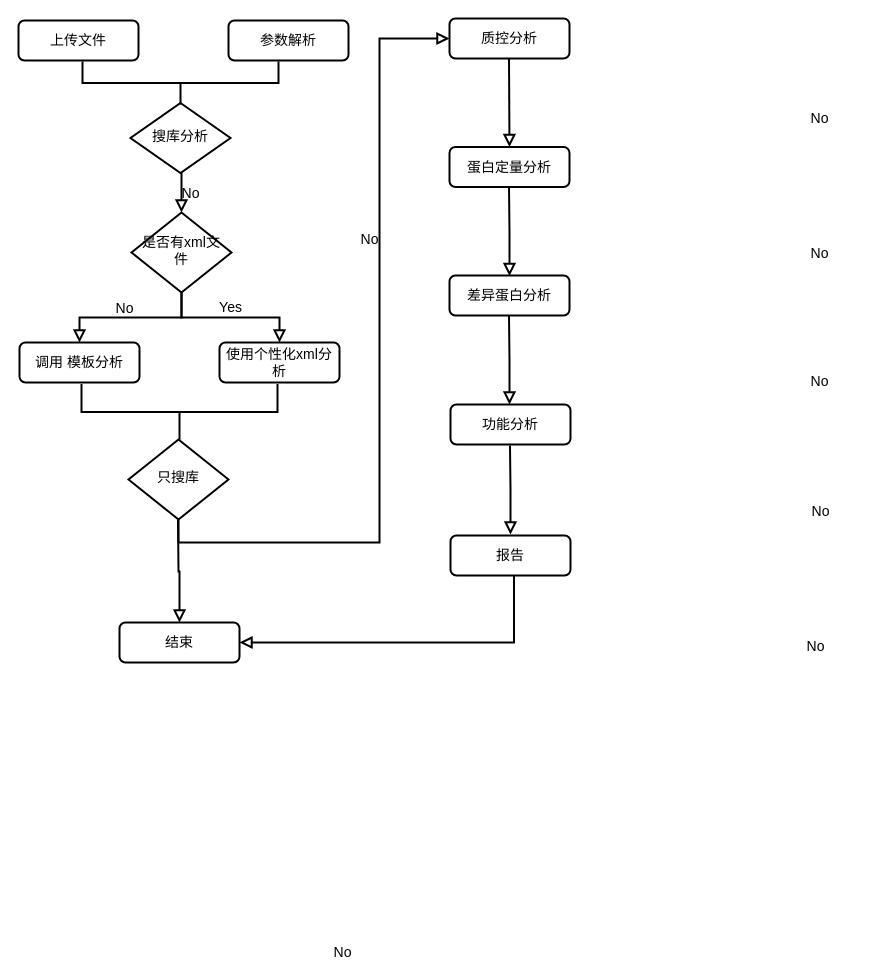
Earlier version of the draw.io diagram 未命名绘图.drawio (hanwenjuan/test). Source tidied: cells renumbered, new cells numbered last; positions are measured from the earlier drawing's top-left corner, leaving out a move shared by most shapes. Both pictures are drawn from the tidied source at 100%, with x=0, y=0 at pixel (18, -16).
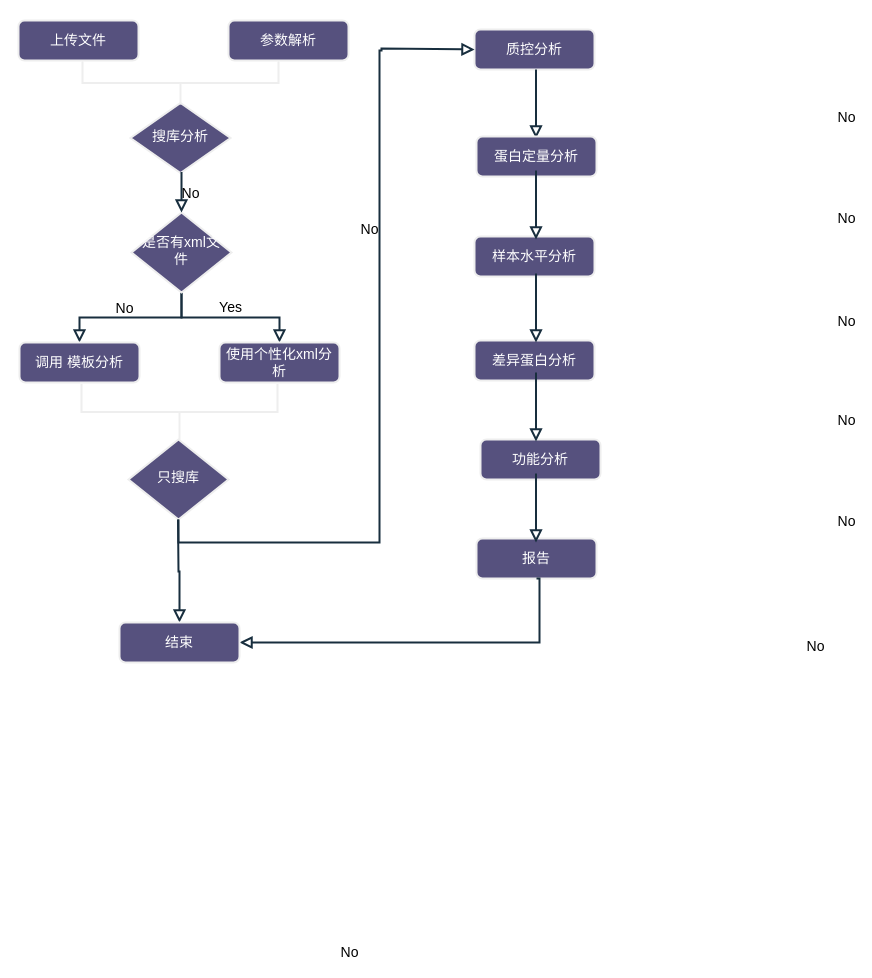
The same diagram, later.

Commit message:
更新未命名绘图.drawio

The edit, as a diff of the source:
```diff
@@
-    <mxCell id="2" value="参数解析" style="rounded=1;whiteSpace=wrap;html=1;fontSize=14;glass=0;strokeWidth=2;shadow=0;" parent="1" vertex="1">
+    <mxCell id="2" value="参数解析" style="rounded=1;whiteSpace=wrap;html=1;fontSize=14;glass=0;strokeWidth=2;shadow=0;labelBackgroundColor=none;fillColor=#56517E;strokeColor=#EEEEEE;fontColor=#FFFFFF;" parent="1" vertex="1">
       <mxGeometry x="210" y="36" width="120" height="40" as="geometry" />
     </mxCell>
-    <mxCell id="3" value="搜库分析" style="rhombus;whiteSpace=wrap;html=1;shadow=0;fontFamily=Helvetica;fontSize=14;align=center;strokeWidth=2;spacing=6;spacingTop=-4;" parent="1" vertex="1">
+    <mxCell id="3" value="搜库分析" style="rhombus;whiteSpace=wrap;html=1;shadow=0;fontFamily=Helvetica;fontSize=14;align=center;strokeWidth=2;spacing=6;spacingTop=-4;labelBackgroundColor=none;fillColor=#56517E;strokeColor=#EEEEEE;fontColor=#FFFFFF;" parent="1" vertex="1">
       <mxGeometry x="112" y="118.5" width="100" height="70" as="geometry" />
     </mxCell>
-    <mxCell id="4" value="No" style="rounded=0;html=1;jettySize=auto;fontSize=14;endArrow=block;endFill=0;endSize=8;strokeWidth=2;shadow=0;labelBackgroundColor=none;edgeStyle=orthogonalEdgeStyle;" parent="1" edge="1" source="6" target="7">
+    <mxCell id="4" value="No" style="rounded=0;html=1;jettySize=auto;fontSize=14;endArrow=block;endFill=0;endSize=8;strokeWidth=2;shadow=0;labelBackgroundColor=none;edgeStyle=orthogonalEdgeStyle;strokeColor=#182E3E;fontColor=default;" parent="1" edge="1" source="6" target="7">
       <mxGeometry x="0.09" y="-9" relative="1" as="geometry">
         <mxPoint x="1" as="offset" />
       </mxGeometry>
     </mxCell>
-    <mxCell id="5" value="Yes" style="edgeStyle=orthogonalEdgeStyle;rounded=0;html=1;jettySize=auto;fontSize=14;endArrow=block;endFill=0;endSize=8;strokeWidth=2;shadow=0;labelBackgroundColor=none;" parent="1" edge="1" source="6" target="8">
+    <mxCell id="5" value="Yes" style="edgeStyle=orthogonalEdgeStyle;rounded=0;html=1;jettySize=auto;fontSize=14;endArrow=block;endFill=0;endSize=8;strokeWidth=2;shadow=0;labelBackgroundColor=none;strokeColor=#182E3E;fontColor=default;" parent="1" edge="1" source="6" target="8">
       <mxGeometry y="10" relative="1" as="geometry" />
     </mxCell>
-    <mxCell id="6" value="是否有xml文件" style="rhombus;whiteSpace=wrap;html=1;shadow=0;fontFamily=Helvetica;fontSize=14;align=center;strokeWidth=2;spacing=6;spacingTop=-4;" parent="1" vertex="1">
+    <mxCell id="6" value="是否有xml文件" style="rhombus;whiteSpace=wrap;html=1;shadow=0;fontFamily=Helvetica;fontSize=14;align=center;strokeWidth=2;spacing=6;spacingTop=-4;labelBackgroundColor=none;fillColor=#56517E;strokeColor=#EEEEEE;fontColor=#FFFFFF;" parent="1" vertex="1">
       <mxGeometry x="113" y="228" width="100" height="80" as="geometry" />
     </mxCell>
-    <mxCell id="7" value="调用 模板分析" style="rounded=1;whiteSpace=wrap;html=1;fontSize=14;glass=0;strokeWidth=2;shadow=0;" parent="1" vertex="1">
+    <mxCell id="7" value="调用 模板分析" style="rounded=1;whiteSpace=wrap;html=1;fontSize=14;glass=0;strokeWidth=2;shadow=0;labelBackgroundColor=none;fillColor=#56517E;strokeColor=#EEEEEE;fontColor=#FFFFFF;" parent="1" vertex="1">
       <mxGeometry x="1" y="358" width="120" height="40" as="geometry" />
     </mxCell>
-    <mxCell id="8" value="使用个性化xml分析" style="rounded=1;whiteSpace=wrap;html=1;fontSize=14;glass=0;strokeWidth=2;shadow=0;" parent="1" vertex="1">
+    <mxCell id="8" value="使用个性化xml分析" style="rounded=1;whiteSpace=wrap;html=1;fontSize=14;glass=0;strokeWidth=2;shadow=0;labelBackgroundColor=none;fillColor=#56517E;strokeColor=#EEEEEE;fontColor=#FFFFFF;" parent="1" vertex="1">
       <mxGeometry x="201" y="358" width="120" height="40" as="geometry" />
     </mxCell>
-    <mxCell id="9" value="只搜库" style="rhombus;whiteSpace=wrap;html=1;shadow=0;fontFamily=Helvetica;fontSize=14;align=center;strokeWidth=2;spacing=6;spacingTop=-4;" parent="1" vertex="1">
+    <mxCell id="9" value="只搜库" style="rhombus;whiteSpace=wrap;html=1;shadow=0;fontFamily=Helvetica;fontSize=14;align=center;strokeWidth=2;spacing=6;spacingTop=-4;labelBackgroundColor=none;fillColor=#56517E;strokeColor=#EEEEEE;fontColor=#FFFFFF;" parent="1" vertex="1">
       <mxGeometry x="110" y="455" width="100" height="80" as="geometry" />
     </mxCell>
-    <mxCell id="10" value="质控分析" style="rounded=1;whiteSpace=wrap;html=1;fontSize=14;glass=0;strokeWidth=2;shadow=0;" parent="1" vertex="1">
-      <mxGeometry x="431" y="34" width="120" height="40" as="geometry" />
+    <mxCell id="10" value="质控分析" style="rounded=1;whiteSpace=wrap;html=1;fontSize=14;glass=0;strokeWidth=2;shadow=0;labelBackgroundColor=none;fillColor=#56517E;strokeColor=#EEEEEE;fontColor=#FFFFFF;" parent="1" vertex="1">
+      <mxGeometry x="456" y="45" width="120" height="40" as="geometry" />
     </mxCell>
-    <mxCell id="11" value="蛋白定量分析" style="rounded=1;whiteSpace=wrap;html=1;glass=0;strokeWidth=2;shadow=0;flipV=1;fontSize=14;" parent="1" vertex="1">
-      <mxGeometry x="431" y="162.5" width="120" height="40" as="geometry" />
+    <mxCell id="11" value="样本水平分析" style="rounded=1;whiteSpace=wrap;html=1;glass=0;strokeWidth=2;shadow=0;flipV=1;fontSize=14;labelBackgroundColor=none;fillColor=#56517E;strokeColor=#EEEEEE;fontColor=#FFFFFF;" parent="1" vertex="1">
+      <mxGeometry x="456" y="252" width="120" height="40" as="geometry" />
     </mxCell>
-    <mxCell id="12" value="差异蛋白分析" style="rounded=1;whiteSpace=wrap;html=1;glass=0;strokeWidth=2;shadow=0;flipV=1;fontSize=14;" parent="1" vertex="1">
-      <mxGeometry x="431" y="291" width="120" height="40" as="geometry" />
-    </mxCell>
-    <mxCell id="13" value="功能分析" style="rounded=1;whiteSpace=wrap;html=1;glass=0;strokeWidth=2;shadow=0;flipV=1;fontSize=14;" parent="1" vertex="1">
-      <mxGeometry x="432" y="420" width="120" height="40" as="geometry" />
-    </mxCell>
-    <mxCell id="14" value="No" style="rounded=0;html=1;jettySize=auto;fontSize=14;endArrow=block;endFill=0;endSize=8;strokeWidth=2;shadow=0;labelBackgroundColor=none;edgeStyle=orthogonalEdgeStyle;exitX=0.5;exitY=1;exitDx=0;exitDy=0;" parent="1" edge="1" source="3">
+    <mxCell id="14" value="No" style="rounded=0;html=1;jettySize=auto;fontSize=14;endArrow=block;endFill=0;endSize=8;strokeWidth=2;shadow=0;labelBackgroundColor=none;edgeStyle=orthogonalEdgeStyle;exitX=0.5;exitY=1;exitDx=0;exitDy=0;strokeColor=#182E3E;fontColor=default;" parent="1" edge="1" source="3">
       <mxGeometry x="0.03" y="9" relative="1" as="geometry">
         <mxPoint x="163" y="228" as="targetPoint" />
       </mxGeometry>
     </mxCell>
-    <mxCell id="15" value="上传文件" style="rounded=1;whiteSpace=wrap;html=1;fontSize=14;glass=0;strokeWidth=2;shadow=0;" parent="1" vertex="1">
+    <mxCell id="15" value="上传文件" style="rounded=1;whiteSpace=wrap;html=1;fontSize=14;glass=0;strokeWidth=2;shadow=0;labelBackgroundColor=none;fillColor=#56517E;strokeColor=#EEEEEE;fontColor=#FFFFFF;" parent="1" vertex="1">
       <mxGeometry y="36" width="120" height="40" as="geometry" />
     </mxCell>
-    <mxCell id="16" style="strokeWidth=2;html=1;shape=mxgraph.flowchart.annotation_2;align=left;labelPosition=right;flipV=1;flipH=1;rotation=90;fontSize=14;" parent="1" vertex="1">
+    <mxCell id="16" style="strokeWidth=2;html=1;shape=mxgraph.flowchart.annotation_2;align=left;labelPosition=right;flipV=1;flipH=1;rotation=90;fontSize=14;labelBackgroundColor=none;fillColor=#56517E;strokeColor=#EEEEEE;fontColor=#FFFFFF;" parent="1" vertex="1">
       <mxGeometry x="140.5" y="0.5" width="43" height="196" as="geometry" />
     </mxCell>
-    <mxCell id="17" style="strokeWidth=2;html=1;shape=mxgraph.flowchart.annotation_2;align=left;labelPosition=right;flipV=1;flipH=1;rotation=90;fontSize=14;" parent="1" vertex="1">
+    <mxCell id="17" style="strokeWidth=2;html=1;shape=mxgraph.flowchart.annotation_2;align=left;labelPosition=right;flipV=1;flipH=1;rotation=90;fontSize=14;labelBackgroundColor=none;fillColor=#56517E;strokeColor=#EEEEEE;fontColor=#FFFFFF;" parent="1" vertex="1">
       <mxGeometry x="133.1" y="329.4" width="55.8" height="196" as="geometry" />
     </mxCell>
-    <mxCell id="18" value="No" style="rounded=0;html=1;jettySize=auto;fontSize=14;endArrow=block;endFill=0;endSize=8;strokeWidth=2;shadow=0;labelBackgroundColor=none;edgeStyle=orthogonalEdgeStyle;entryX=0;entryY=0.5;entryDx=0;entryDy=0;" parent="1" edge="1" target="10">
+    <mxCell id="18" value="No" style="rounded=0;html=1;jettySize=auto;fontSize=14;endArrow=block;endFill=0;endSize=8;strokeWidth=2;shadow=0;labelBackgroundColor=none;edgeStyle=orthogonalEdgeStyle;entryX=0;entryY=0.5;entryDx=0;entryDy=0;strokeColor=#182E3E;fontColor=default;" parent="1" edge="1" target="10">
       <mxGeometry x="0.32" y="10" relative="1" as="geometry">
         <mxPoint x="160" y="535" as="sourcePoint" />
         <Array as="points">
           <mxPoint x="160" y="558" />
           <mxPoint x="361" y="558" />
-          <mxPoint x="361" y="54" />
+          <mxPoint x="361" y="66" />
+          <mxPoint x="363" y="66" />
+          <mxPoint x="363" y="64" />
         </Array>
       </mxGeometry>
     </mxCell>
-    <mxCell id="19" value="No" style="rounded=0;html=1;jettySize=auto;fontSize=14;endArrow=block;endFill=0;endSize=8;strokeWidth=2;shadow=0;labelBackgroundColor=none;edgeStyle=orthogonalEdgeStyle;exitX=0.5;exitY=1;exitDx=0;exitDy=0;entryX=0.5;entryY=0;entryDx=0;entryDy=0;" parent="1" edge="1" target="11">
+    <mxCell id="19" value="No" style="rounded=0;html=1;jettySize=auto;orthogonalLoop=1;fontSize=14;endArrow=block;endFill=0;endSize=8;strokeWidth=2;shadow=0;labelBackgroundColor=none;edgeStyle=orthogonalEdgeStyle;entryX=0.5;entryY=0;entryDx=0;entryDy=0;strokeColor=#182E3E;fontColor=default;" parent="1" edge="1">
       <mxGeometry x="0.4" y="310" relative="1" as="geometry">
-        <mxPoint x="490.5" y="74" as="sourcePoint" />
+        <mxPoint x="517.5" y="85" as="sourcePoint" />
+        <mxPoint x="517.5" y="154" as="targetPoint" />
       </mxGeometry>
     </mxCell>
-    <mxCell id="20" value="No" style="rounded=0;html=1;jettySize=auto;orthogonalLoop=1;fontSize=14;endArrow=block;endFill=0;endSize=8;strokeWidth=2;shadow=0;labelBackgroundColor=none;edgeStyle=orthogonalEdgeStyle;exitX=0.5;exitY=1;exitDx=0;exitDy=0;entryX=0.5;entryY=0;entryDx=0;entryDy=0;" parent="1" edge="1">
-      <mxGeometry x="0.4" y="310" relative="1" as="geometry">
-        <mxPoint x="490.5" y="202.5" as="sourcePoint" />
-        <mxPoint x="491" y="291.5" as="targetPoint" />
-      </mxGeometry>
-    </mxCell>
-    <mxCell id="21" value="No" style="rounded=0;html=1;jettySize=auto;orthogonalLoop=1;fontSize=14;endArrow=block;endFill=0;endSize=8;strokeWidth=2;shadow=0;labelBackgroundColor=none;edgeStyle=orthogonalEdgeStyle;exitX=0.5;exitY=1;exitDx=0;exitDy=0;entryX=0.5;entryY=0;entryDx=0;entryDy=0;" parent="1" edge="1">
-      <mxGeometry x="0.4" y="310" relative="1" as="geometry">
-        <mxPoint x="490.5" y="331" as="sourcePoint" />
-        <mxPoint x="491" y="420" as="targetPoint" />
-      </mxGeometry>
-    </mxCell>
-    <mxCell id="22" value="报告" style="rounded=1;whiteSpace=wrap;html=1;glass=0;strokeWidth=2;shadow=0;flipV=1;fontSize=14;" parent="1" vertex="1">
-      <mxGeometry x="432" y="551" width="120" height="40" as="geometry" />
+    <mxCell id="22" value="报告" style="rounded=1;whiteSpace=wrap;html=1;glass=0;strokeWidth=2;shadow=0;flipV=1;fontSize=14;labelBackgroundColor=none;fillColor=#56517E;strokeColor=#EEEEEE;fontColor=#FFFFFF;" parent="1" vertex="1">
+      <mxGeometry x="458" y="554" width="120" height="40" as="geometry" />
     </mxCell>
-    <mxCell id="23" value="No" style="rounded=0;html=1;jettySize=auto;fontSize=14;endArrow=block;endFill=0;endSize=8;strokeWidth=2;shadow=0;labelBackgroundColor=none;edgeStyle=orthogonalEdgeStyle;exitX=0.5;exitY=1;exitDx=0;exitDy=0;entryX=1;entryY=0.5;entryDx=0;entryDy=0;" parent="1" edge="1" target="25">
+    <mxCell id="23" value="No" style="rounded=0;html=1;jettySize=auto;fontSize=14;endArrow=block;endFill=0;endSize=8;strokeWidth=2;shadow=0;labelBackgroundColor=none;edgeStyle=orthogonalEdgeStyle;entryX=1;entryY=0.5;entryDx=0;entryDy=0;strokeColor=#182E3E;fontColor=default;exitX=0.5;exitY=1;exitDx=0;exitDy=0;" parent="1" edge="1" source="22" target="25">
       <mxGeometry x="0.4" y="310" relative="1" as="geometry">
-        <mxPoint x="495.5" y="591" as="sourcePoint" />
         <Array as="points">
-          <mxPoint x="496" y="658" />
+          <mxPoint x="521" y="594" />
+          <mxPoint x="521" y="658" />
         </Array>
       </mxGeometry>
     </mxCell>
-    <mxCell id="24" value="No" style="rounded=0;html=1;jettySize=auto;fontSize=14;endArrow=block;endFill=0;endSize=8;strokeWidth=2;shadow=0;labelBackgroundColor=none;edgeStyle=orthogonalEdgeStyle;exitX=0.5;exitY=1;exitDx=0;exitDy=0;entryX=0.5;entryY=0;entryDx=0;entryDy=0;" parent="1" edge="1" target="25">
+    <mxCell id="24" value="No" style="rounded=0;html=1;jettySize=auto;fontSize=14;endArrow=block;endFill=0;endSize=8;strokeWidth=2;shadow=0;labelBackgroundColor=none;edgeStyle=orthogonalEdgeStyle;exitX=0.5;exitY=1;exitDx=0;exitDy=0;entryX=0.5;entryY=0;entryDx=0;entryDy=0;strokeColor=#182E3E;fontColor=default;" parent="1" edge="1" target="25">
       <mxGeometry x="1" y="652" relative="1" as="geometry">
         <mxPoint x="159.5" y="535" as="sourcePoint" />
         <mxPoint x="-16" y="24" as="offset" />
       </mxGeometry>
     </mxCell>
-    <mxCell id="25" value="结束" style="rounded=1;whiteSpace=wrap;html=1;glass=0;strokeWidth=2;shadow=0;flipV=1;fontSize=14;" parent="1" vertex="1">
+    <mxCell id="25" value="结束" style="rounded=1;whiteSpace=wrap;html=1;glass=0;strokeWidth=2;shadow=0;flipV=1;fontSize=14;labelBackgroundColor=none;fillColor=#56517E;strokeColor=#EEEEEE;fontColor=#FFFFFF;" parent="1" vertex="1">
       <mxGeometry x="101" y="638" width="120" height="40" as="geometry" />
     </mxCell>
-    <mxCell id="26" value="No" style="rounded=0;html=1;jettySize=auto;orthogonalLoop=1;fontSize=14;endArrow=block;endFill=0;endSize=8;strokeWidth=2;shadow=0;labelBackgroundColor=none;edgeStyle=orthogonalEdgeStyle;exitX=0.5;exitY=1;exitDx=0;exitDy=0;entryX=0.5;entryY=0;entryDx=0;entryDy=0;" parent="1" edge="1">
-      <mxGeometry x="0.4" y="310" relative="1" as="geometry">
-        <mxPoint x="491.5" y="461" as="sourcePoint" />
-        <mxPoint x="492" y="550" as="targetPoint" />
-      </mxGeometry>
-    </mxCell>
+    <mxCell id="27" value="蛋白定量分析" style="rounded=1;whiteSpace=wrap;html=1;glass=0;strokeWidth=2;shadow=0;flipV=1;fontSize=14;labelBackgroundColor=none;fillColor=#56517E;strokeColor=#EEEEEE;fontColor=#FFFFFF;" parent="1" vertex="1">
+      <mxGeometry x="458" y="152" width="120" height="40" as="geometry" />
+    </mxCell>
+    <mxCell id="12" value="差异蛋白分析" style="rounded=1;whiteSpace=wrap;html=1;glass=0;strokeWidth=2;shadow=0;flipV=1;fontSize=14;labelBackgroundColor=none;fillColor=#56517E;strokeColor=#EEEEEE;fontColor=#FFFFFF;" parent="1" vertex="1">
+      <mxGeometry x="456" y="356" width="120" height="40" as="geometry" />
+    </mxCell>
+    <mxCell id="28" style="rounded=0;html=1;jettySize=auto;fontSize=14;endArrow=block;endFill=0;endSize=8;strokeWidth=2;shadow=0;labelBackgroundColor=none;edgeStyle=orthogonalEdgeStyle;exitX=0.5;exitY=1;exitDx=0;exitDy=0;entryX=0.5;entryY=0;entryDx=0;entryDy=0;strokeColor=#182E3E;fontColor=default;" parent="1" edge="1" target="13">
+      <mxGeometry x="0.4" y="310" relative="1" as="geometry">
+        <mxPoint x="491.5" y="461" as="sourcePoint" />
+      </mxGeometry>
+    </mxCell>
+    <mxCell id="13" value="功能分析" style="rounded=1;whiteSpace=wrap;html=1;glass=0;strokeWidth=2;shadow=0;flipV=1;fontSize=14;labelBackgroundColor=none;fillColor=#56517E;strokeColor=#EEEEEE;fontColor=#FFFFFF;" parent="1" vertex="1">
+      <mxGeometry x="462" y="455" width="120" height="40" as="geometry" />
+    </mxCell>
+    <mxCell id="29" value="No" style="rounded=0;html=1;jettySize=auto;orthogonalLoop=1;fontSize=14;endArrow=block;endFill=0;endSize=8;strokeWidth=2;shadow=0;labelBackgroundColor=none;edgeStyle=orthogonalEdgeStyle;entryX=0.5;entryY=0;entryDx=0;entryDy=0;strokeColor=#182E3E;fontColor=default;" parent="1" edge="1">
+      <mxGeometry x="0.4" y="310" relative="1" as="geometry">
+        <mxPoint x="517.5" y="186" as="sourcePoint" />
+        <mxPoint x="517.5" y="255" as="targetPoint" />
+      </mxGeometry>
+    </mxCell>
+    <mxCell id="30" value="No" style="rounded=0;html=1;jettySize=auto;orthogonalLoop=1;fontSize=14;endArrow=block;endFill=0;endSize=8;strokeWidth=2;shadow=0;labelBackgroundColor=none;edgeStyle=orthogonalEdgeStyle;entryX=0.5;entryY=0;entryDx=0;entryDy=0;strokeColor=#182E3E;fontColor=default;" parent="1" edge="1">
+      <mxGeometry x="0.4" y="310" relative="1" as="geometry">
+        <mxPoint x="517.5" y="289" as="sourcePoint" />
+        <mxPoint x="517.5" y="358" as="targetPoint" />
+      </mxGeometry>
+    </mxCell>
+    <mxCell id="31" value="No" style="rounded=0;html=1;jettySize=auto;orthogonalLoop=1;fontSize=14;endArrow=block;endFill=0;endSize=8;strokeWidth=2;shadow=0;labelBackgroundColor=none;edgeStyle=orthogonalEdgeStyle;entryX=0.5;entryY=0;entryDx=0;entryDy=0;strokeColor=#182E3E;fontColor=default;" parent="1" edge="1">
+      <mxGeometry x="0.4" y="310" relative="1" as="geometry">
+        <mxPoint x="517.5" y="388" as="sourcePoint" />
+        <mxPoint x="517.5" y="457" as="targetPoint" />
+      </mxGeometry>
+    </mxCell>
+    <mxCell id="32" value="No" style="rounded=0;html=1;jettySize=auto;orthogonalLoop=1;fontSize=14;endArrow=block;endFill=0;endSize=8;strokeWidth=2;shadow=0;labelBackgroundColor=none;edgeStyle=orthogonalEdgeStyle;entryX=0.5;entryY=0;entryDx=0;entryDy=0;strokeColor=#182E3E;fontColor=default;" parent="1" edge="1">
+      <mxGeometry x="0.4" y="310" relative="1" as="geometry">
+        <mxPoint x="517.5" y="489" as="sourcePoint" />
+        <mxPoint x="517.5" y="558" as="targetPoint" />
+      </mxGeometry>
+    </mxCell>
```
